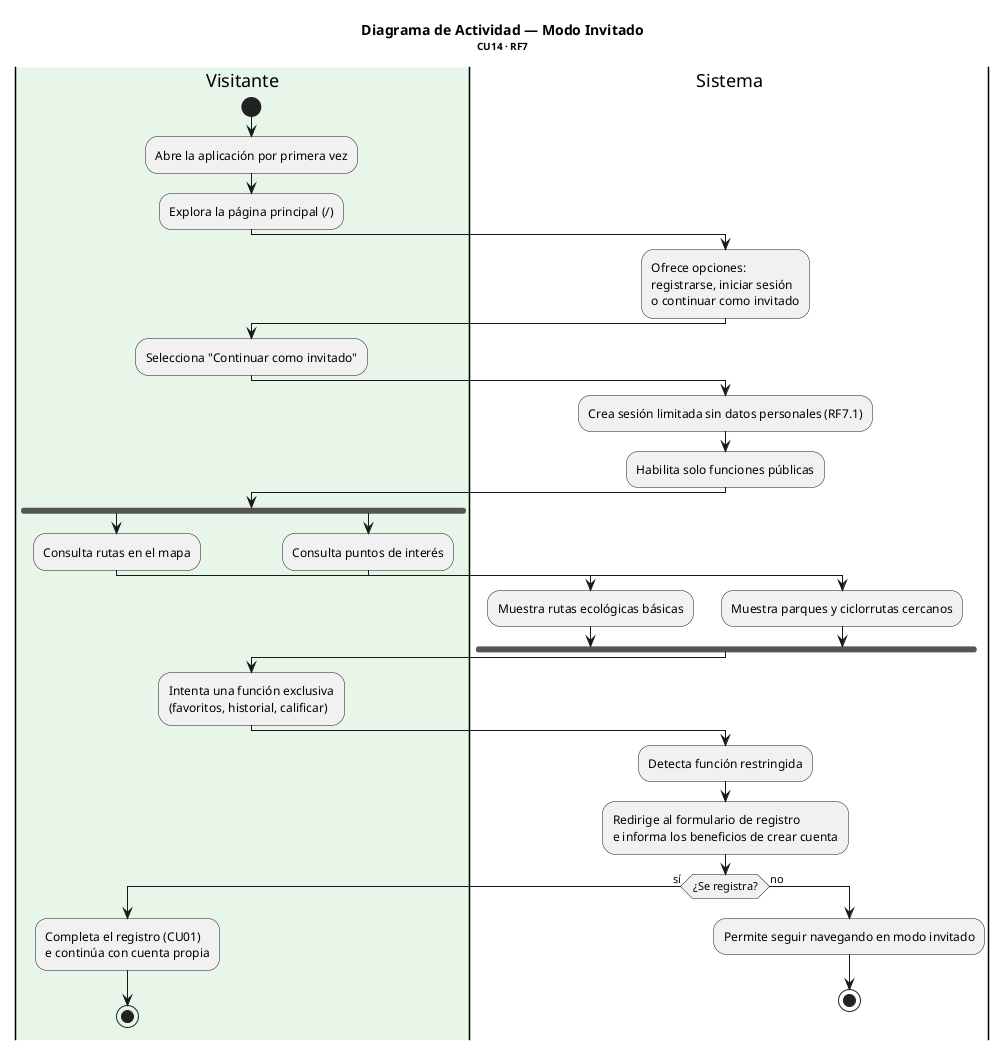
Earlier version of the PlantUML export documents/diagramas-actividad/Actividad_ModoInvitado.png (daniel2004-lsd/EcoRuteando).
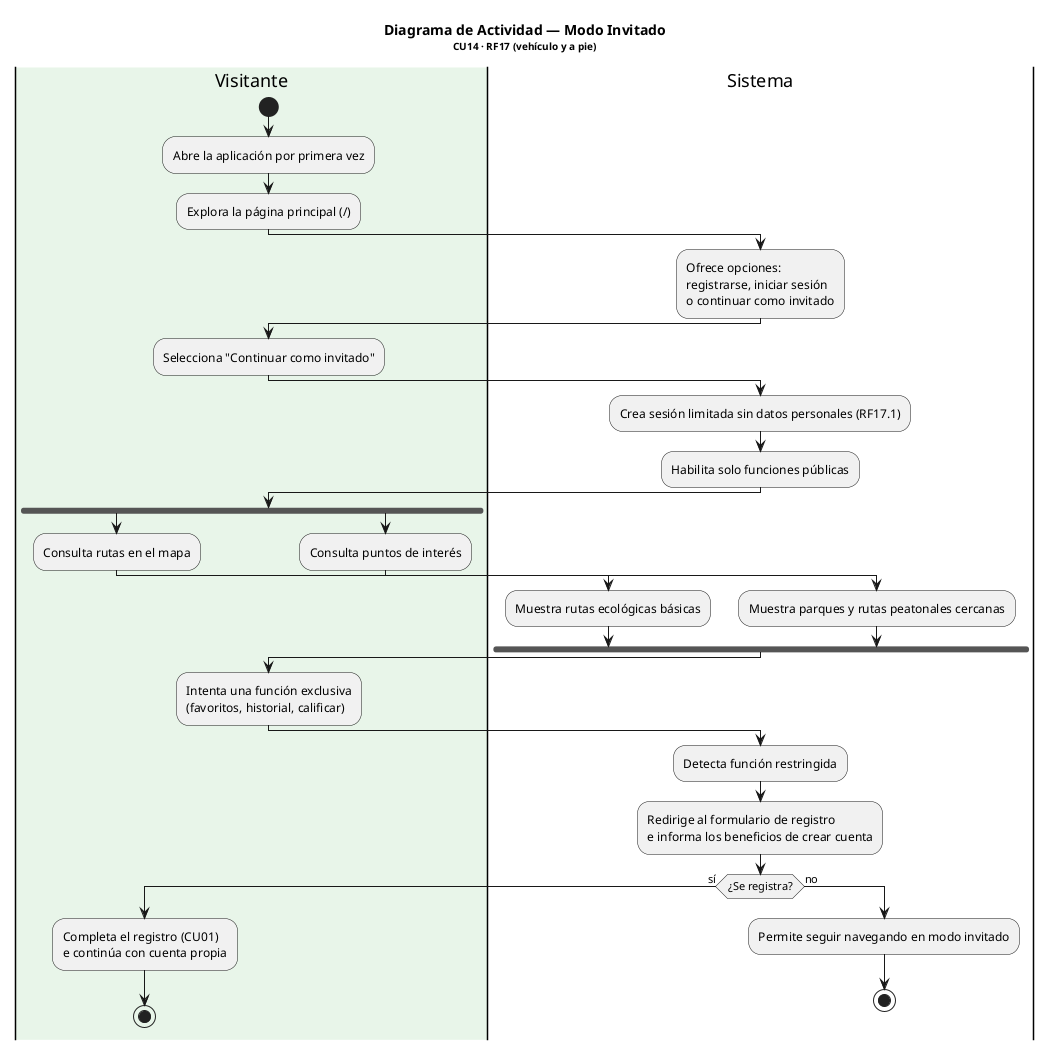
The same file after the commit.

Diff of the diagram source:
```diff
@@ -1,6 +1,5 @@
 @startuml Actividad_ModoInvitado
-!pragma layout smetana
-title <b>Diagrama de Actividad — Modo Invitado</b>\n<size:10>CU14 · RF7</size>
+title <b>Diagrama de Actividad — Modo Invitado</b>\n<size:10>CU14 · RF17 (vehículo y a pie)</size>
 
 |#E8F5E9|Visitante|
 start
@@ -14,7 +13,7 @@
 :Selecciona "Continuar como invitado";
 
 |Sistema|
-:Crea sesión limitada sin datos personales (RF7.1);
+:Crea sesión limitada sin datos personales (RF17.1);
 :Habilita solo funciones públicas;
 
 |Visitante|
@@ -26,7 +25,7 @@
   |Visitante|
   :Consulta puntos de interés;
   |Sistema|
-  :Muestra parques y ciclorrutas cercanos;
+   :Muestra parques y rutas peatonales cercanas;
 end fork
 
 |Visitante|
```
